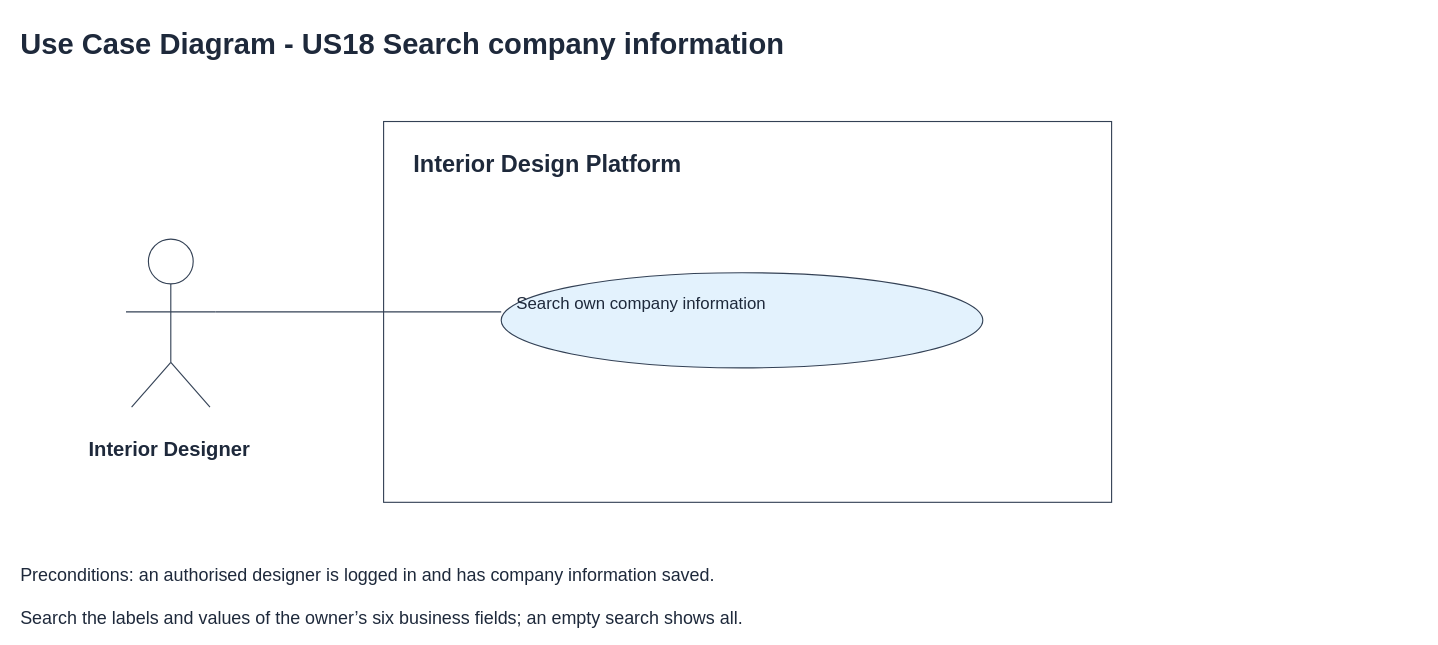
Before: page "2 Use Case Diagram" (1 of 8) of Sprint_2/US18 - Search Company Information/US18 Search company information.drawio in Hanzxc/CSIT314-ARCHSS, a draw.io diagram. Source tidied: cells renumbered, new cells numbered last; positions are measured from the earlier drawing's top-left corner, leaving out a move shared by most shapes. Both pictures are drawn from the tidied source at 112%, with x=0, y=0 at pixel (18, 18).
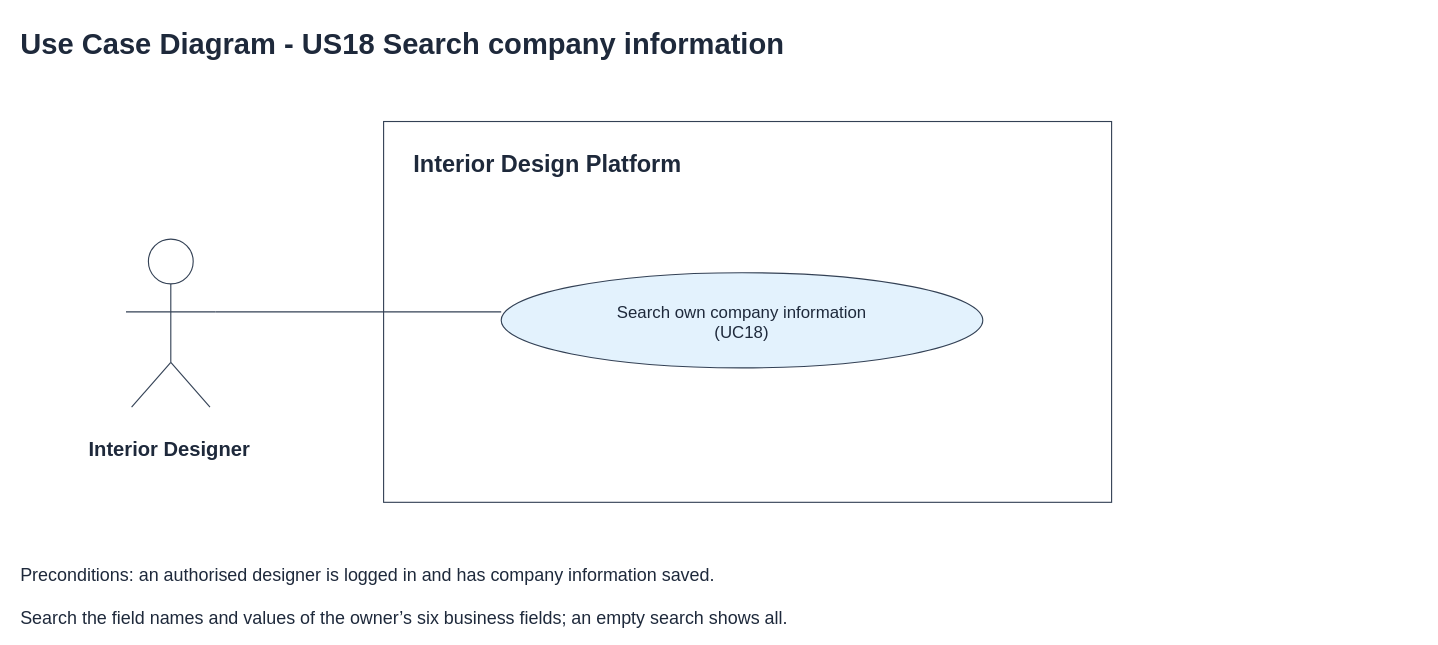
The same page after the edit.

What changed in the source:
```diff
@@
-    <mxCell id="6" value="Search own company information" style="text;html=0;align=left;verticalAlign=top;fontSize=15;fontStyle=0;fontColor=#1e293b;" parent="1" vertex="1">
-      <mxGeometry x="443" y="239" width="406" height="22" as="geometry" />
+    <mxCell id="6" value="Search own company information&#10;(UC18)" style="text;html=0;align=center;verticalAlign=top;fontSize=15;fontStyle=0;fontColor=#1e293b;" parent="1" vertex="1">
+      <mxGeometry x="443" y="247" width="406" height="22" as="geometry" />
     </mxCell>
@@
-    <mxCell id="15" value="Search the labels and values of the owner’s six business fields; an empty search shows all." style="text;html=0;align=left;verticalAlign=top;fontSize=16;fontStyle=0;fontColor=#1e293b;" parent="1" vertex="1">
+    <mxCell id="15" value="Search the field names and values of the owner’s six business fields; an empty search shows all." style="text;html=0;align=left;verticalAlign=top;fontSize=16;fontStyle=0;fontColor=#1e293b;" parent="1" vertex="1">
       <mxGeometry y="519" width="900" height="23" as="geometry" />
     </mxCell>
```
